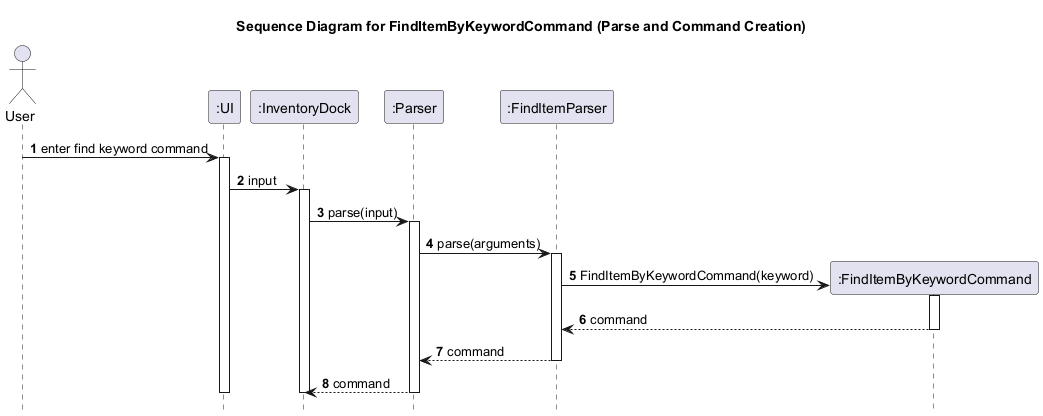
Earlier version of the PlantUML export docs/diagrams/sequence/FindItemByKeywordCommandParseFlow.png (KOIiiii07/tp).
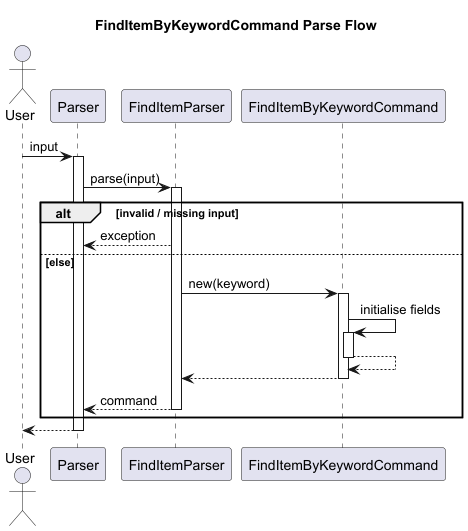
The same file after the commit.

Commit message:
DG & UI Fixes v2 - fixed DeleteItemCommandExecutionFlow.puml and FindItemByKeywordCommand Diagrams

What changed in the source:
```diff
@@ -1,32 +1,38 @@
 @startuml
-title Sequence Diagram for FindItemByKeywordCommand (Parse and Command Creation)
-
-autonumber
-hide footbox
+title FindItemByKeywordCommand Parse Flow
 
 actor User
-participant ":UI" as UI
-participant ":InventoryDock" as InventoryDock
-participant ":Parser" as Parser
-participant ":FindItemParser" as FindItemParser
+participant Parser
+participant FindItemParser
+participant FindItemByKeywordCommand
 
-User -> UI: enter find keyword command
-activate UI
-UI -> InventoryDock: input
-activate InventoryDock
-InventoryDock -> Parser: parse(input)
+User -> Parser : input
 activate Parser
-Parser -> FindItemParser: parse(arguments)
+
+Parser -> FindItemParser : parse(input)
 activate FindItemParser
-create ":FindItemByKeywordCommand" as FindItemByKeywordCommand
-FindItemParser -> FindItemByKeywordCommand: FindItemByKeywordCommand(keyword)
-activate FindItemByKeywordCommand
-FindItemByKeywordCommand --> FindItemParser: command
-deactivate FindItemByKeywordCommand
-FindItemParser --> Parser: command
-deactivate FindItemParser
-Parser --> InventoryDock: command
+
+alt invalid / missing input
+    FindItemParser --> Parser : exception
+
+else else
+    FindItemParser -> FindItemByKeywordCommand : new(keyword)
+    activate FindItemByKeywordCommand
+
+    FindItemByKeywordCommand -> FindItemByKeywordCommand : initialise fields
+    activate FindItemByKeywordCommand
+    FindItemByKeywordCommand --> FindItemByKeywordCommand
+    deactivate FindItemByKeywordCommand
+
+    FindItemByKeywordCommand --> FindItemParser
+    deactivate FindItemByKeywordCommand
+
+    FindItemParser --> Parser : command
+    deactivate FindItemParser
+end
+
+
+Parser --> User
 deactivate Parser
-deactivate InventoryDock
-deactivate UI
+
 @enduml
```
